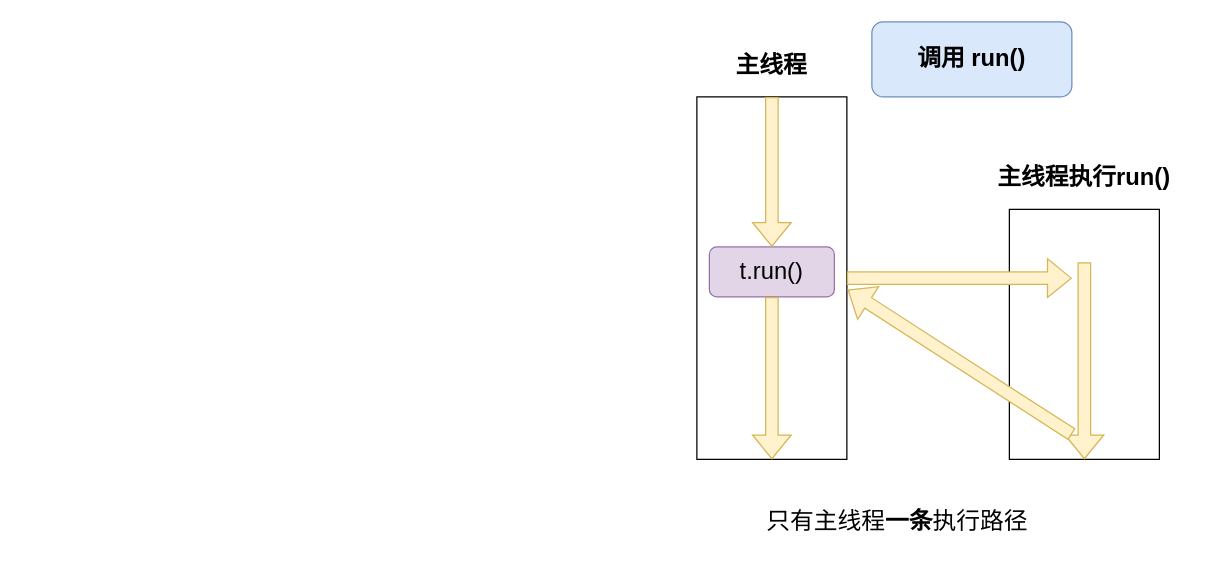
Before: thread.drawio in Fanziyang-v/hello-world, a draw.io diagram. Source tidied: cells renumbered, new cells numbered last; positions are measured from the earlier drawing's top-left corner, leaving out a move shared by most shapes. Both pictures are drawn from the tidied source at 125%, with x=0, y=0 at pixel (696, 21).
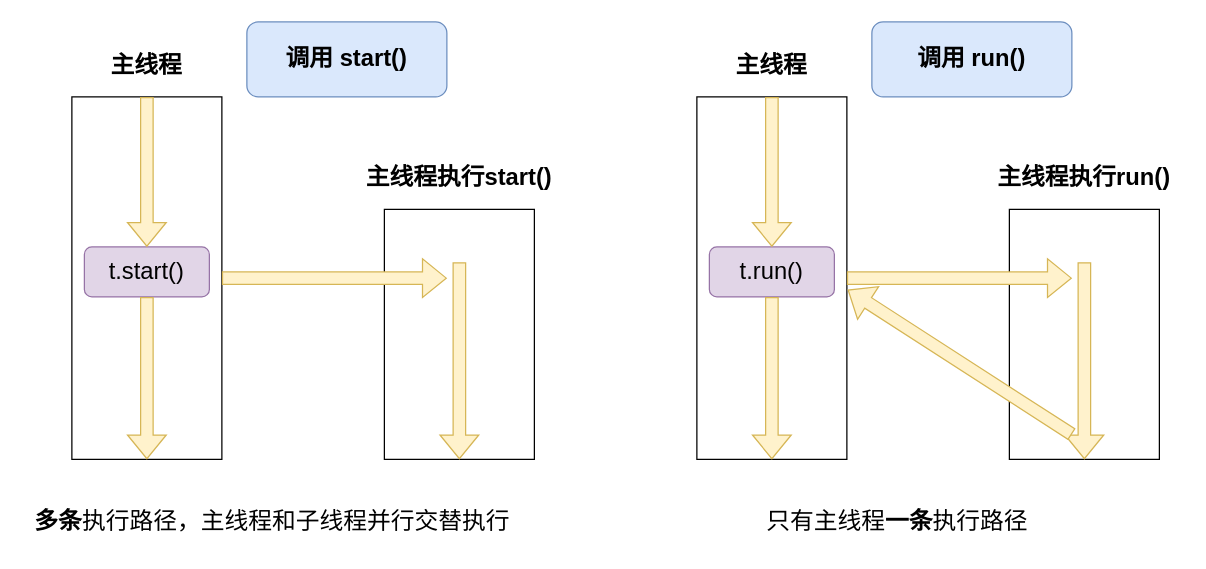
The same page after the edit.

Change to the diagram source:
```diff
@@
+    <mxCell id="14" style="rounded=0;whiteSpace=wrap;html=1;" parent="1" vertex="1">
+      <mxGeometry x="-500" y="60" width="120" height="290" as="geometry" />
+    </mxCell>
+    <mxCell id="15" value="&lt;b&gt;&lt;font style=&quot;font-size: 19px;&quot;&gt;主线程&lt;/font&gt;&lt;/b&gt;" style="text;html=1;strokeColor=none;fillColor=none;align=center;verticalAlign=middle;whiteSpace=wrap;rounded=0;" parent="1" vertex="1">
+      <mxGeometry x="-470" y="20" width="60" height="30" as="geometry" />
+    </mxCell>
+    <mxCell id="16" value="t.start()" style="rounded=1;whiteSpace=wrap;html=1;fontSize=19;fillColor=#e1d5e7;strokeColor=#9673a6;" parent="1" vertex="1">
+      <mxGeometry x="-490" y="180" width="100" height="40" as="geometry" />
+    </mxCell>
+    <mxCell id="17" style="shape=flexArrow;endArrow=classic;html=1;rounded=0;fontSize=19;exitX=0.5;exitY=0;exitDx=0;exitDy=0;entryX=0.5;entryY=0;entryDx=0;entryDy=0;fillColor=#fff2cc;strokeColor=#d6b656;" parent="1" edge="1" source="14" target="16">
+      <mxGeometry relative="1" as="geometry" />
+    </mxCell>
+    <mxCell id="18" style="shape=flexArrow;endArrow=classic;html=1;rounded=0;fontSize=19;exitX=0.5;exitY=1;exitDx=0;exitDy=0;entryX=0.5;entryY=1;entryDx=0;entryDy=0;fillColor=#fff2cc;strokeColor=#d6b656;" parent="1" edge="1" source="16" target="14">
+      <mxGeometry relative="1" as="geometry" />
+    </mxCell>
+    <mxCell id="19" value="&lt;b&gt;调用 start()&lt;/b&gt;" style="rounded=1;whiteSpace=wrap;html=1;fontSize=19;fillColor=#dae8fc;strokeColor=#6c8ebf;" parent="1" vertex="1">
+      <mxGeometry x="-360" width="160" height="60" as="geometry" />
+    </mxCell>
+    <mxCell id="20" style="rounded=0;whiteSpace=wrap;html=1;fontSize=19;" parent="1" vertex="1">
+      <mxGeometry x="-250" y="150" width="120" height="200" as="geometry" />
+    </mxCell>
+    <mxCell id="21" value="&lt;b&gt;主线程执行start()&lt;/b&gt;" style="text;html=1;strokeColor=none;fillColor=none;align=center;verticalAlign=middle;whiteSpace=wrap;rounded=0;fontSize=19;" parent="1" vertex="1">
+      <mxGeometry x="-270" y="110" width="160" height="30" as="geometry" />
+    </mxCell>
+    <mxCell id="22" style="shape=flexArrow;endArrow=classic;html=1;rounded=0;fontSize=19;entryX=0.5;entryY=1;entryDx=0;entryDy=0;exitX=0.5;exitY=0.211;exitDx=0;exitDy=0;exitPerimeter=0;fillColor=#fff2cc;strokeColor=#d6b656;" parent="1" edge="1" source="20" target="20">
+      <mxGeometry relative="1" as="geometry" />
+    </mxCell>
+    <mxCell id="23" style="shape=flexArrow;endArrow=classic;html=1;rounded=0;fontSize=19;fillColor=#fff2cc;strokeColor=#d6b656;" parent="1" edge="1" source="14">
+      <mxGeometry relative="1" as="geometry">
+        <mxPoint x="-200" y="205" as="targetPoint" />
+      </mxGeometry>
+    </mxCell>
+    <mxCell id="24" value="&lt;b&gt;多条&lt;/b&gt;执行路径，主线程和子线程并行交替执行" style="text;html=1;align=center;verticalAlign=middle;strokeColor=none;fillColor=none;fontSize=19;" parent="1" vertex="1">
+      <mxGeometry x="-540" y="380" width="400" height="40" as="geometry" />
+    </mxCell>
```
